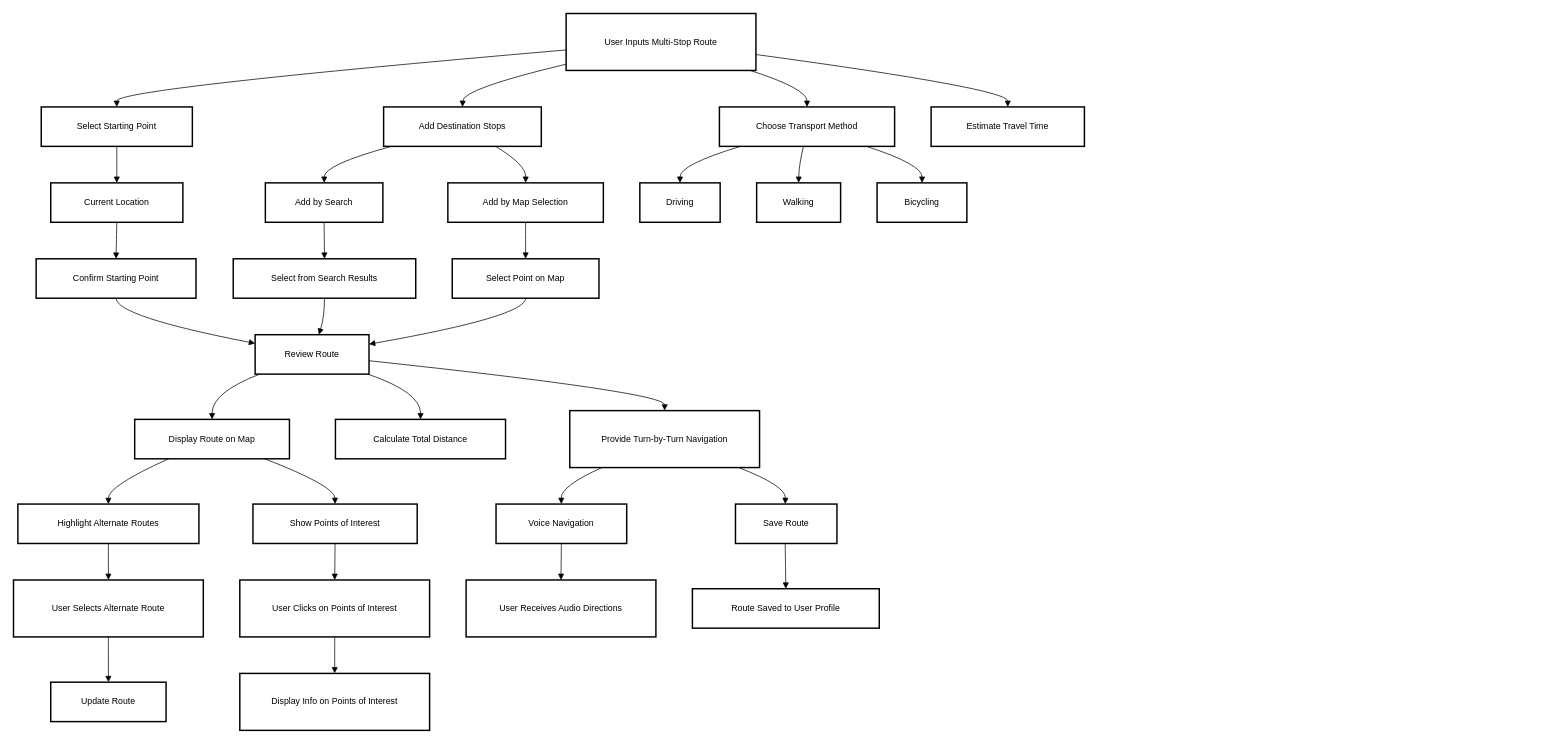
The draw.io diagram Diagrams/Requirement/multi-stop route.drawio in luislamy/msp, before the edit. Source tidied: cells renumbered, new cells numbered last; positions are measured from the earlier drawing's top-left corner, leaving out a move shared by most shapes. Both pictures are drawn from the tidied source at 73%, with x=0, y=0 at pixel (13, 13).
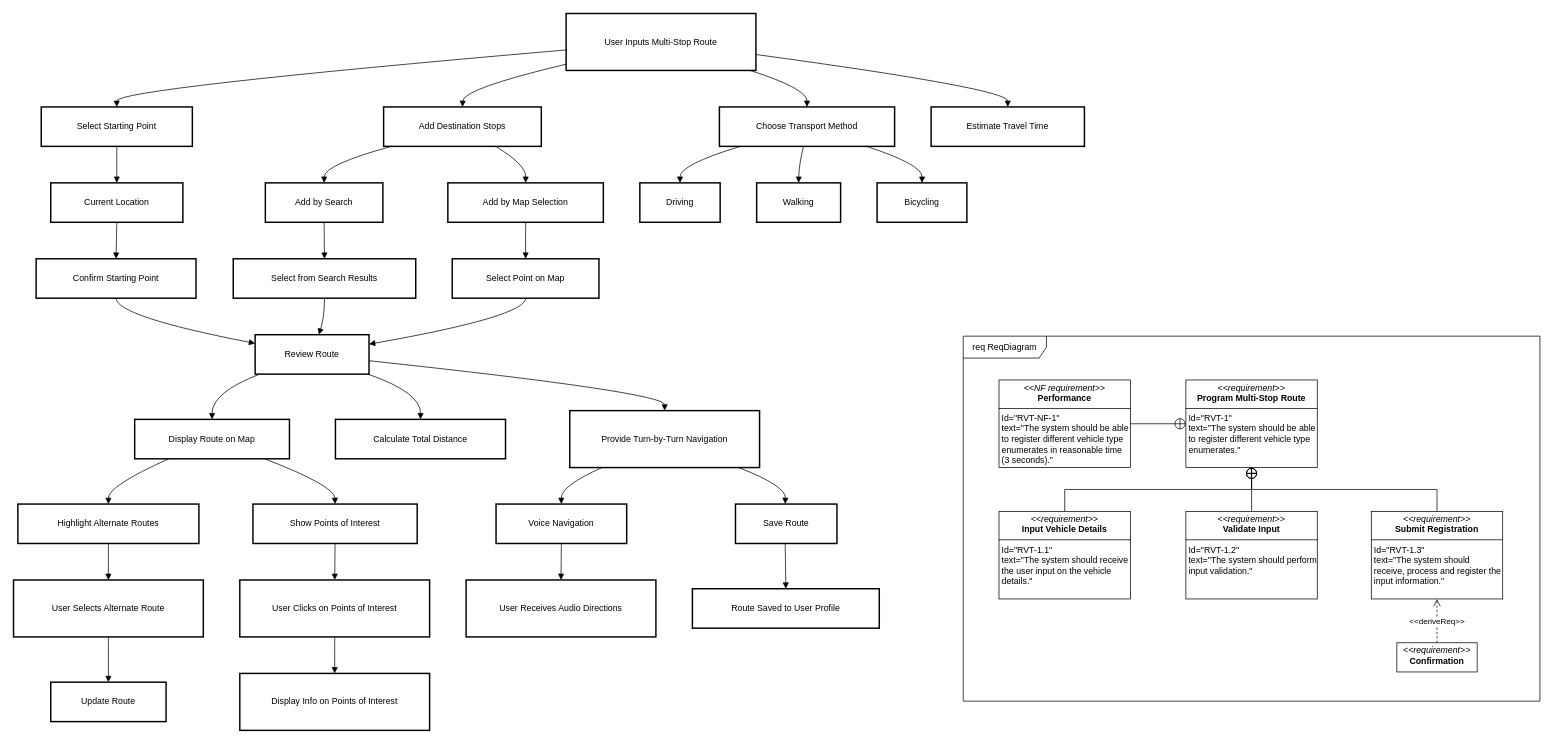
Above is the later version.

The edit, as a diff of the source:
```diff
@@
+    <mxCell id="59" value="req ReqDiagram" style="shape=umlFrame;whiteSpace=wrap;html=1;width=114;height=30;" parent="1" vertex="1">
+      <mxGeometry x="1301" y="442" width="790" height="500" as="geometry" />
+    </mxCell>
+    <mxCell id="60" value="&lt;p style=&quot;margin:0px;margin-top:4px;text-align:center;&quot;&gt;&lt;i&gt;&amp;lt;&amp;lt;requirement&amp;gt;&amp;gt;&lt;/i&gt;&lt;br&gt;&lt;b&gt;Program Multi-Stop Route&lt;/b&gt;&lt;/p&gt;&lt;hr size=&quot;1&quot; style=&quot;border-style:solid;&quot;&gt;&lt;p style=&quot;margin:0px;margin-left:4px;&quot;&gt;Id=&quot;RVT-1&quot;&lt;/p&gt;&lt;p style=&quot;margin:0px;margin-left:4px;&quot;&gt;text=&quot;The system should be able to register different vehicle type enumerates.&quot;&lt;/p&gt;" style="verticalAlign=top;align=left;overflow=fill;html=1;whiteSpace=wrap;" parent="1" vertex="1">
+      <mxGeometry x="1606" y="502" width="180" height="120" as="geometry" />
+    </mxCell>
+    <mxCell id="61" style="edgeStyle=orthogonalEdgeStyle;rounded=0;jettySize=auto;html=1;exitX=1;exitY=0.5;exitDx=0;exitDy=0;entryX=0;entryY=0.5;entryDx=0;entryDy=0;endArrow=circlePlus;endFill=0;" parent="1" edge="1" source="62" target="60">
+      <mxGeometry relative="1" as="geometry" />
+    </mxCell>
+    <mxCell id="62" value="&lt;p style=&quot;margin:0px;margin-top:4px;text-align:center;&quot;&gt;&lt;i&gt;&amp;lt;&amp;lt;NF requirement&amp;gt;&amp;gt;&lt;/i&gt;&lt;br&gt;&lt;b&gt;Performance&lt;/b&gt;&lt;/p&gt;&lt;hr size=&quot;1&quot; style=&quot;border-style:solid;&quot;&gt;&lt;p style=&quot;margin:0px;margin-left:4px;&quot;&gt;Id=&quot;RVT-NF-1&quot;&lt;/p&gt;&lt;p style=&quot;margin:0px;margin-left:4px;&quot;&gt;text=&quot;The system should be able to register different vehicle type enumerates in reasonable time (3 seconds).&quot;&lt;/p&gt;" style="verticalAlign=top;align=left;overflow=fill;html=1;whiteSpace=wrap;" parent="1" vertex="1">
+      <mxGeometry x="1350" y="502" width="180" height="120" as="geometry" />
+    </mxCell>
+    <mxCell id="63" style="edgeStyle=orthogonalEdgeStyle;rounded=0;jettySize=auto;html=1;exitX=0.5;exitY=0;exitDx=0;exitDy=0;entryX=0.5;entryY=1;entryDx=0;entryDy=0;endArrow=circlePlus;endFill=0;" parent="1" edge="1" source="64" target="60">
+      <mxGeometry relative="1" as="geometry" />
+    </mxCell>
+    <mxCell id="64" value="&lt;p style=&quot;margin:0px;margin-top:4px;text-align:center;&quot;&gt;&lt;i&gt;&amp;lt;&amp;lt;requirement&amp;gt;&amp;gt;&lt;/i&gt;&lt;br&gt;&lt;b&gt;Input Vehicle Details&lt;/b&gt;&lt;/p&gt;&lt;hr size=&quot;1&quot; style=&quot;border-style:solid;&quot;&gt;&lt;p style=&quot;margin:0px;margin-left:4px;&quot;&gt;Id=&quot;RVT-1.1&quot;&lt;/p&gt;&lt;p style=&quot;margin:0px;margin-left:4px;&quot;&gt;text=&quot;The system should receive the user input on the vehicle details.&quot;&lt;/p&gt;" style="verticalAlign=top;align=left;overflow=fill;html=1;whiteSpace=wrap;" parent="1" vertex="1">
+      <mxGeometry x="1350" y="682" width="180" height="120" as="geometry" />
+    </mxCell>
+    <mxCell id="65" style="edgeStyle=orthogonalEdgeStyle;rounded=0;jettySize=auto;html=1;exitX=0.5;exitY=0;exitDx=0;exitDy=0;endArrow=circlePlus;endFill=0;" parent="1" edge="1" source="66">
+      <mxGeometry relative="1" as="geometry">
+        <mxPoint x="1695.7" y="622" as="targetPoint" />
+      </mxGeometry>
+    </mxCell>
+    <mxCell id="66" value="&lt;p style=&quot;margin:0px;margin-top:4px;text-align:center;&quot;&gt;&lt;i&gt;&amp;lt;&amp;lt;requirement&amp;gt;&amp;gt;&lt;/i&gt;&lt;br&gt;&lt;b&gt;Validate Input&lt;/b&gt;&lt;/p&gt;&lt;hr size=&quot;1&quot; style=&quot;border-style:solid;&quot;&gt;&lt;p style=&quot;margin:0px;margin-left:4px;&quot;&gt;Id=&quot;RVT-1.2&quot;&lt;/p&gt;&lt;p style=&quot;margin:0px;margin-left:4px;&quot;&gt;text=&quot;The system should perform input validation.&quot;&lt;/p&gt;" style="verticalAlign=top;align=left;overflow=fill;html=1;whiteSpace=wrap;" parent="1" vertex="1">
+      <mxGeometry x="1606" y="682" width="180" height="120" as="geometry" />
+    </mxCell>
+    <mxCell id="67" style="edgeStyle=orthogonalEdgeStyle;rounded=0;jettySize=auto;html=1;exitX=0.5;exitY=0;exitDx=0;exitDy=0;endArrow=circlePlus;endFill=0;" parent="1" edge="1" source="68" target="60">
+      <mxGeometry relative="1" as="geometry" />
+    </mxCell>
+    <mxCell id="68" value="&lt;p style=&quot;margin:0px;margin-top:4px;text-align:center;&quot;&gt;&lt;i&gt;&amp;lt;&amp;lt;requirement&amp;gt;&amp;gt;&lt;/i&gt;&lt;br&gt;&lt;b&gt;Submit Registration&lt;/b&gt;&lt;/p&gt;&lt;hr size=&quot;1&quot; style=&quot;border-style:solid;&quot;&gt;&lt;p style=&quot;margin:0px;margin-left:4px;&quot;&gt;Id=&quot;RVT-1.3&quot;&lt;/p&gt;&lt;p style=&quot;margin:0px;margin-left:4px;&quot;&gt;text=&quot;The system should receive, process and register the input information.&quot;&lt;/p&gt;" style="verticalAlign=top;align=left;overflow=fill;html=1;whiteSpace=wrap;" parent="1" vertex="1">
+      <mxGeometry x="1860" y="682" width="180" height="120" as="geometry" />
+    </mxCell>
+    <mxCell id="69" value="&lt;p style=&quot;margin: 4px 0px 0px;&quot;&gt;&lt;i&gt;&amp;lt;&amp;lt;requirement&amp;gt;&amp;gt;&lt;/i&gt;&lt;br&gt;&lt;b&gt;Confirmation&lt;/b&gt;&lt;/p&gt;" style="verticalAlign=middle;align=center;overflow=fill;html=1;whiteSpace=wrap;" parent="1" vertex="1">
+      <mxGeometry x="1895" y="862" width="110" height="40" as="geometry" />
+    </mxCell>
+    <mxCell id="70" value="&amp;lt;&amp;lt;deriveReq&amp;gt;&amp;gt;" style="html=1;verticalAlign=bottom;endArrow=open;dashed=1;endSize=8;curved=0;rounded=0;entryX=0.5;entryY=1;entryDx=0;entryDy=0;exitX=0.5;exitY=0;exitDx=0;exitDy=0;" parent="1" edge="1" source="69" target="68">
+      <mxGeometry x="-0.33" relative="1" as="geometry" />
+    </mxCell>
```
